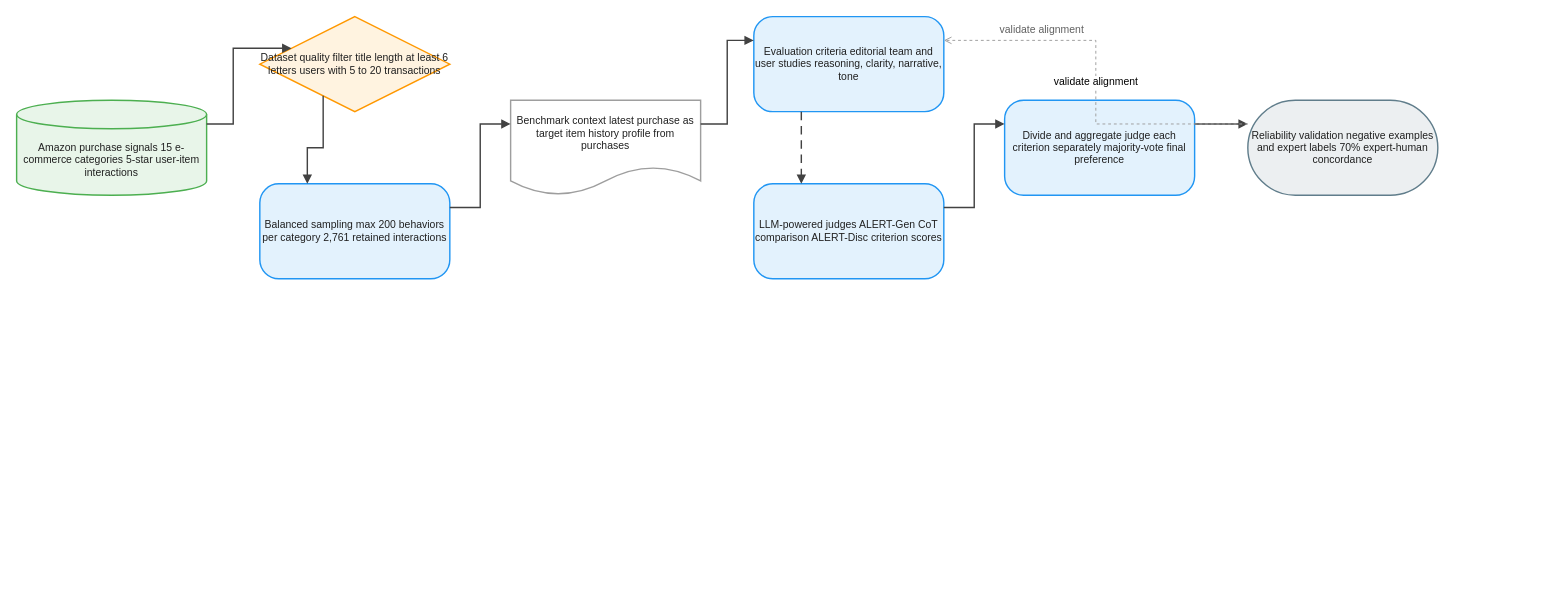
Above: client/public/drawio/ALERT/ALERT.en.drawio in joe1chief/benchmark-hub (draw.io), before the change. Source tidied: cells renumbered, new cells numbered last; positions are measured from the earlier drawing's top-left corner, leaving out a move shared by most shapes. Both pictures are drawn from the tidied source at 95%, with x=0, y=0 at pixel (16, 16).
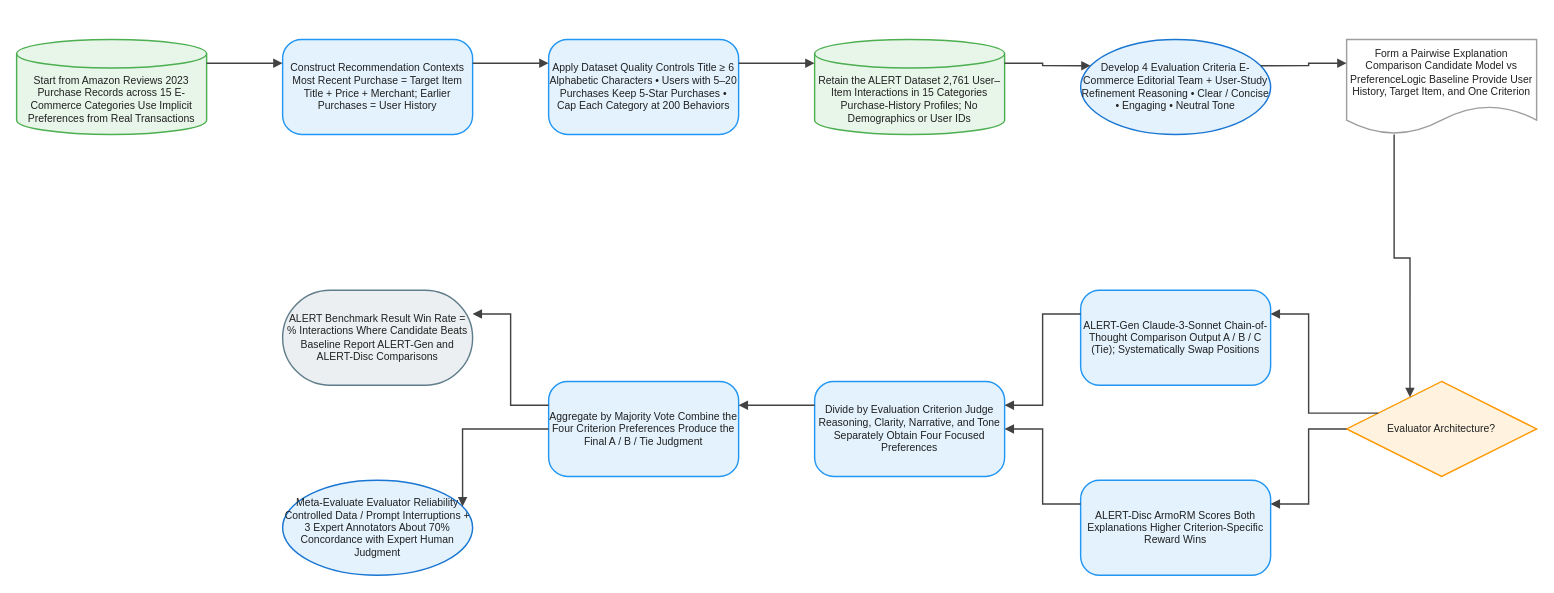
The same page after the edit.

Change to the diagram source:
```diff
@@
-    <mxCell id="2" value="Amazon purchase signals 15 e-commerce categories 5-star user-item interactions" style="shape=cylinder3;boundedLbl=1;backgroundOutline=1;size=15;html=1;whiteSpace=wrap;fillColor=#E8F5E9;strokeColor=#4CAF50;strokeWidth=1.5;fontColor=#212121;fontSize=11;fontFamily=Arial, Helvetica, sans-serif;verticalAlign=middle;align=center;" parent="1" vertex="1">
-      <mxGeometry y="88" width="200" height="100" as="geometry" />
+    <mxCell id="2" value="Start from Amazon Reviews 2023 Purchase Records across 15 E-Commerce Categories Use Implicit Preferences from Real Transactions" style="shape=cylinder3;boundedLbl=1;backgroundOutline=1;size=15;html=1;whiteSpace=wrap;fillColor=#E8F5E9;strokeColor=#4CAF50;strokeWidth=1.5;fontColor=#212121;fontSize=11;fontFamily=Arial, Helvetica, sans-serif;verticalAlign=middle;align=center;" parent="1" vertex="1">
+      <mxGeometry y="24" width="200" height="100" as="geometry" />
     </mxCell>
-    <mxCell id="3" value="Dataset quality filter title length at least 6 letters users with 5 to 20 transactions" style="rhombus;html=1;whiteSpace=wrap;fillColor=#FFF3E0;strokeColor=#FF9800;strokeWidth=1.5;fontColor=#212121;fontSize=11;fontFamily=Arial, Helvetica, sans-serif;verticalAlign=middle;align=center;" parent="1" vertex="1">
-      <mxGeometry x="256" width="200" height="100" as="geometry" />
+    <mxCell id="3" value="Construct Recommendation Contexts Most Recent Purchase = Target Item Title + Price + Merchant; Earlier Purchases = User History" style="rounded=1;arcSize=20;html=1;whiteSpace=wrap;fillColor=#E3F2FD;strokeColor=#2196F3;strokeWidth=1.5;fontColor=#212121;fontSize=11;fontFamily=Arial, Helvetica, sans-serif;verticalAlign=middle;align=center;" parent="1" vertex="1">
+      <mxGeometry x="280" y="24" width="200" height="100" as="geometry" />
     </mxCell>
-    <mxCell id="4" value="Balanced sampling max 200 behaviors per category 2,761 retained interactions" style="rounded=1;arcSize=20;html=1;whiteSpace=wrap;fillColor=#E3F2FD;strokeColor=#2196F3;strokeWidth=1.5;fontColor=#212121;fontSize=11;fontFamily=Arial, Helvetica, sans-serif;verticalAlign=middle;align=center;" parent="1" vertex="1">
-      <mxGeometry x="256" y="176" width="200" height="100" as="geometry" />
+    <mxCell id="4" value="Apply Dataset Quality Controls Title ≥ 6 Alphabetic Characters • Users with 5–20 Purchases Keep 5-Star Purchases • Cap Each Category at 200 Behaviors" style="rounded=1;arcSize=20;html=1;whiteSpace=wrap;fillColor=#E3F2FD;strokeColor=#2196F3;strokeWidth=1.5;fontColor=#212121;fontSize=11;fontFamily=Arial, Helvetica, sans-serif;verticalAlign=middle;align=center;" parent="1" vertex="1">
+      <mxGeometry x="560" y="24" width="200" height="100" as="geometry" />
     </mxCell>
-    <mxCell id="5" value="Benchmark context latest purchase as target item history profile from purchases" style="shape=document;boundedLbl=1;html=1;whiteSpace=wrap;fillColor=#FFFFFF;strokeColor=#9E9E9E;strokeWidth=1.5;fontColor=#212121;fontSize=11;fontFamily=Arial, Helvetica, sans-serif;verticalAlign=middle;align=center;" parent="1" vertex="1">
-      <mxGeometry x="520" y="88" width="200" height="100" as="geometry" />
+    <mxCell id="5" value="Retain the ALERT Dataset 2,761 User–Item Interactions in 15 Categories Purchase-History Profiles; No Demographics or User IDs" style="shape=cylinder3;boundedLbl=1;backgroundOutline=1;size=15;html=1;whiteSpace=wrap;fillColor=#E8F5E9;strokeColor=#4CAF50;strokeWidth=1.5;fontColor=#212121;fontSize=11;fontFamily=Arial, Helvetica, sans-serif;verticalAlign=middle;align=center;" parent="1" vertex="1">
+      <mxGeometry x="840" y="24" width="200" height="100" as="geometry" />
     </mxCell>
-    <mxCell id="6" value="Evaluation criteria editorial team and user studies reasoning, clarity, narrative, tone" style="rounded=1;arcSize=20;html=1;whiteSpace=wrap;fillColor=#E3F2FD;strokeColor=#2196F3;strokeWidth=1.5;fontColor=#212121;fontSize=11;fontFamily=Arial, Helvetica, sans-serif;verticalAlign=middle;align=center;" parent="1" vertex="1">
-      <mxGeometry x="776" width="200" height="100" as="geometry" />
+    <mxCell id="6" value="Develop 4 Evaluation Criteria E-Commerce Editorial Team + User-Study Refinement Reasoning • Clear / Concise • Engaging • Neutral Tone" style="ellipse;html=1;whiteSpace=wrap;fillColor=#E3F2FD;strokeColor=#1976D2;strokeWidth=1.5;fontColor=#212121;fontSize=11;fontFamily=Arial, Helvetica, sans-serif;verticalAlign=middle;align=center;" parent="1" vertex="1">
+      <mxGeometry x="1120" y="24" width="200" height="100" as="geometry" />
     </mxCell>
-    <mxCell id="7" value="LLM-powered judges ALERT-Gen CoT comparison ALERT-Disc criterion scores" style="rounded=1;arcSize=20;html=1;whiteSpace=wrap;fillColor=#E3F2FD;strokeColor=#2196F3;strokeWidth=1.5;fontColor=#212121;fontSize=11;fontFamily=Arial, Helvetica, sans-serif;verticalAlign=middle;align=center;" parent="1" vertex="1">
-      <mxGeometry x="776" y="176" width="200" height="100" as="geometry" />
+    <mxCell id="7" value="Form a Pairwise Explanation Comparison Candidate Model vs PreferenceLogic Baseline Provide User History, Target Item, and One Criterion" style="shape=document;boundedLbl=1;html=1;whiteSpace=wrap;fillColor=#FFFFFF;strokeColor=#9E9E9E;strokeWidth=1.5;fontColor=#212121;fontSize=11;fontFamily=Arial, Helvetica, sans-serif;verticalAlign=middle;align=center;" parent="1" vertex="1">
+      <mxGeometry x="1400" y="24" width="200" height="100" as="geometry" />
     </mxCell>
-    <mxCell id="8" value="Divide and aggregate judge each criterion separately majority-vote final preference" style="rounded=1;arcSize=20;html=1;whiteSpace=wrap;fillColor=#E3F2FD;strokeColor=#2196F3;strokeWidth=1.5;fontColor=#212121;fontSize=11;fontFamily=Arial, Helvetica, sans-serif;verticalAlign=middle;align=center;" parent="1" vertex="1">
-      <mxGeometry x="1040" y="88" width="200" height="100" as="geometry" />
+    <mxCell id="8" value="Evaluator Architecture?" style="rhombus;html=1;whiteSpace=wrap;fillColor=#FFF3E0;strokeColor=#FF9800;strokeWidth=1.5;fontColor=#212121;fontSize=11;fontFamily=Arial, Helvetica, sans-serif;verticalAlign=middle;align=center;" parent="1" vertex="1">
+      <mxGeometry x="1400" y="384" width="200" height="100" as="geometry" />
     </mxCell>
-    <mxCell id="9" value="Reliability validation negative examples and expert labels 70% expert-human concordance" style="rounded=1;arcSize=50;html=1;whiteSpace=wrap;fillColor=#ECEFF1;strokeColor=#607D8B;strokeWidth=1.5;fontColor=#212121;fontSize=11;fontFamily=Arial, Helvetica, sans-serif;verticalAlign=middle;align=center;" parent="1" vertex="1">
-      <mxGeometry x="1296" y="88" width="200" height="100" as="geometry" />
+    <mxCell id="9" value="ALERT-Gen Claude-3-Sonnet Chain-of-Thought Comparison Output A / B / C (Tie); Systematically Swap Positions" style="rounded=1;arcSize=20;html=1;whiteSpace=wrap;fillColor=#E3F2FD;strokeColor=#2196F3;strokeWidth=1.5;fontColor=#212121;fontSize=11;fontFamily=Arial, Helvetica, sans-serif;verticalAlign=middle;align=center;" parent="1" vertex="1">
+      <mxGeometry x="1120" y="288" width="200" height="100" as="geometry" />
     </mxCell>
-    <mxCell id="10" style="edgeStyle=orthogonalEdgeStyle;rounded=0;jettySize=auto;html=1;strokeColor=#424242;strokeWidth=1.5;endArrow=block;endFill=1;exitX=1;exitY=0.25;exitDx=0;exitDy=0;entryX=0;entryY=0.25;entryDx=0;entryDy=0;jumpStyle=arc;jumpSize=8;" parent="1" edge="1" source="2" target="3">
-      <mxGeometry relative="1" as="geometry" />
+    <mxCell id="10" value="ALERT-Disc ArmoRM Scores Both Explanations Higher Criterion-Specific Reward Wins" style="rounded=1;arcSize=20;html=1;whiteSpace=wrap;fillColor=#E3F2FD;strokeColor=#2196F3;strokeWidth=1.5;fontColor=#212121;fontSize=11;fontFamily=Arial, Helvetica, sans-serif;verticalAlign=middle;align=center;" parent="1" vertex="1">
+      <mxGeometry x="1120" y="488" width="200" height="100" as="geometry" />
     </mxCell>
-    <mxCell id="11" style="edgeStyle=orthogonalEdgeStyle;rounded=0;jettySize=auto;html=1;strokeColor=#424242;strokeWidth=1.5;endArrow=block;endFill=1;exitX=0.25;exitY=1;exitDx=0;exitDy=0;entryX=0.25;entryY=0;entryDx=0;entryDy=0;jumpStyle=arc;jumpSize=8;" parent="1" edge="1" source="3" target="4">
-      <mxGeometry relative="1" as="geometry" />
+    <mxCell id="11" value="Divide by Evaluation Criterion Judge Reasoning, Clarity, Narrative, and Tone Separately Obtain Four Focused Preferences" style="rounded=1;arcSize=20;html=1;whiteSpace=wrap;fillColor=#E3F2FD;strokeColor=#2196F3;strokeWidth=1.5;fontColor=#212121;fontSize=11;fontFamily=Arial, Helvetica, sans-serif;verticalAlign=middle;align=center;" parent="1" vertex="1">
+      <mxGeometry x="840" y="384" width="200" height="100" as="geometry" />
     </mxCell>
-    <mxCell id="12" style="edgeStyle=orthogonalEdgeStyle;rounded=0;jettySize=auto;html=1;strokeColor=#424242;strokeWidth=1.5;endArrow=block;endFill=1;exitX=1;exitY=0.25;exitDx=0;exitDy=0;entryX=0;entryY=0.25;entryDx=0;entryDy=0;jumpStyle=arc;jumpSize=8;" parent="1" edge="1" source="4" target="5">
-      <mxGeometry relative="1" as="geometry" />
+    <mxCell id="12" value="Aggregate by Majority Vote Combine the Four Criterion Preferences Produce the Final A / B / Tie Judgment" style="rounded=1;arcSize=20;html=1;whiteSpace=wrap;fillColor=#E3F2FD;strokeColor=#2196F3;strokeWidth=1.5;fontColor=#212121;fontSize=11;fontFamily=Arial, Helvetica, sans-serif;verticalAlign=middle;align=center;" parent="1" vertex="1">
+      <mxGeometry x="560" y="384" width="200" height="100" as="geometry" />
     </mxCell>
-    <mxCell id="13" style="edgeStyle=orthogonalEdgeStyle;rounded=0;jettySize=auto;html=1;strokeColor=#424242;strokeWidth=1.5;endArrow=block;endFill=1;exitX=1;exitY=0.25;exitDx=0;exitDy=0;entryX=0;entryY=0.25;entryDx=0;entryDy=0;jumpStyle=arc;jumpSize=8;" parent="1" edge="1" source="5" target="6">
-      <mxGeometry relative="1" as="geometry" />
+    <mxCell id="13" value="ALERT Benchmark Result Win Rate = % Interactions Where Candidate Beats Baseline Report ALERT-Gen and ALERT-Disc Comparisons" style="rounded=1;arcSize=50;html=1;whiteSpace=wrap;fillColor=#ECEFF1;strokeColor=#607D8B;strokeWidth=1.5;fontColor=#212121;fontSize=11;fontFamily=Arial, Helvetica, sans-serif;verticalAlign=middle;align=center;" parent="1" vertex="1">
+      <mxGeometry x="280" y="288" width="200" height="100" as="geometry" />
     </mxCell>
-    <mxCell id="14" style="edgeStyle=orthogonalEdgeStyle;rounded=0;jettySize=auto;html=1;strokeColor=#424242;strokeWidth=1.5;endArrow=block;endFill=1;exitX=0.25;exitY=1;exitDx=0;exitDy=0;entryX=0.25;entryY=0;entryDx=0;entryDy=0;dashed=1;dashPattern=6 4;jumpStyle=arc;jumpSize=8;" parent="1" edge="1" source="6" target="7">
-      <mxGeometry relative="1" as="geometry" />
+    <mxCell id="14" value="Meta-Evaluate Evaluator Reliability Controlled Data / Prompt Interruptions + 3 Expert Annotators About 70% Concordance with Expert Human Judgment" style="ellipse;html=1;whiteSpace=wrap;fillColor=#E3F2FD;strokeColor=#1976D2;strokeWidth=1.5;fontColor=#212121;fontSize=11;fontFamily=Arial, Helvetica, sans-serif;verticalAlign=middle;align=center;" parent="1" vertex="1">
+      <mxGeometry x="280" y="488" width="200" height="100" as="geometry" />
     </mxCell>
-    <mxCell id="15" style="edgeStyle=orthogonalEdgeStyle;rounded=0;jettySize=auto;html=1;strokeColor=#424242;strokeWidth=1.5;endArrow=block;endFill=1;exitX=1;exitY=0.25;exitDx=0;exitDy=0;entryX=0;entryY=0.25;entryDx=0;entryDy=0;jumpStyle=arc;jumpSize=8;" parent="1" edge="1" source="7" target="8">
+    <mxCell id="15" style="edgeStyle=orthogonalEdgeStyle;rounded=0;jettySize=auto;html=1;strokeColor=#424242;strokeWidth=1.5;endArrow=block;endFill=1;exitX=1;exitY=0.25;exitDx=0;exitDy=0;entryX=0;entryY=0.25;entryDx=0;entryDy=0;jumpStyle=arc;jumpSize=8;" parent="1" edge="1" source="2" target="3">
       <mxGeometry relative="1" as="geometry" />
     </mxCell>
-    <mxCell id="16" style="edgeStyle=orthogonalEdgeStyle;rounded=0;jettySize=auto;html=1;strokeColor=#424242;strokeWidth=1.5;endArrow=block;endFill=1;exitX=1;exitY=0.25;exitDx=0;exitDy=0;entryX=0;entryY=0.25;entryDx=0;entryDy=0;jumpStyle=arc;jumpSize=8;" parent="1" edge="1" source="8" target="9">
+    <mxCell id="16" style="edgeStyle=orthogonalEdgeStyle;rounded=0;jettySize=auto;html=1;strokeColor=#424242;strokeWidth=1.5;endArrow=block;endFill=1;exitX=1;exitY=0.25;exitDx=0;exitDy=0;entryX=0;entryY=0.25;entryDx=0;entryDy=0;jumpStyle=arc;jumpSize=8;" parent="1" edge="1" source="3" target="4">
       <mxGeometry relative="1" as="geometry" />
     </mxCell>
-    <mxCell id="17" value="validate alignment" style="edgeStyle=orthogonalEdgeStyle;rounded=0;jettySize=auto;html=1;strokeColor=#9E9E9E;strokeWidth=1;endArrow=open;endFill=0;exitX=0;exitY=0.25;exitDx=0;exitDy=0;entryX=1;entryY=0.25;entryDx=0;entryDy=0;dashed=1;dashPattern=3 3;jumpStyle=arc;jumpSize=8;" parent="1" edge="1" source="9" target="6">
+    <mxCell id="17" style="edgeStyle=orthogonalEdgeStyle;rounded=0;jettySize=auto;html=1;strokeColor=#424242;strokeWidth=1.5;endArrow=block;endFill=1;exitX=1;exitY=0.25;exitDx=0;exitDy=0;entryX=0;entryY=0.25;entryDx=0;entryDy=0;jumpStyle=arc;jumpSize=8;" parent="1" edge="1" source="4" target="5">
       <mxGeometry relative="1" as="geometry" />
     </mxCell>
-    <mxCell id="18" value="validate alignment" style="edgeLabel;html=1;align=center;verticalAlign=middle;fontSize=11;fontColor=#616161;" parent="17" vertex="1">
-      <mxGeometry x="0.5" relative="1" as="geometry">
-        <mxPoint y="-12" as="offset" />
-      </mxGeometry>
+    <mxCell id="18" style="edgeStyle=orthogonalEdgeStyle;rounded=0;jettySize=auto;html=1;strokeColor=#424242;strokeWidth=1.5;endArrow=block;endFill=1;exitX=1;exitY=0.25;exitDx=0;exitDy=0;entryX=0;entryY=0.25;entryDx=0;entryDy=0;jumpStyle=arc;jumpSize=8;" parent="1" edge="1" source="5" target="6">
+      <mxGeometry relative="1" as="geometry" />
     </mxCell>
+    <mxCell id="19" style="edgeStyle=orthogonalEdgeStyle;rounded=0;jettySize=auto;html=1;strokeColor=#424242;strokeWidth=1.5;endArrow=block;endFill=1;exitX=1;exitY=0.25;exitDx=0;exitDy=0;entryX=0;entryY=0.25;entryDx=0;entryDy=0;jumpStyle=arc;jumpSize=8;" parent="1" edge="1" source="6" target="7">
+      <mxGeometry relative="1" as="geometry" />
+    </mxCell>
+    <mxCell id="20" style="edgeStyle=orthogonalEdgeStyle;rounded=0;jettySize=auto;html=1;strokeColor=#424242;strokeWidth=1.5;endArrow=block;endFill=1;exitX=0.25;exitY=1;exitDx=0;exitDy=0;entryX=0.25;entryY=0;entryDx=0;entryDy=0;jumpStyle=arc;jumpSize=8;" parent="1" edge="1" source="7" target="8">
+      <mxGeometry relative="1" as="geometry" />
+    </mxCell>
+    <mxCell id="21" style="edgeStyle=orthogonalEdgeStyle;rounded=0;jettySize=auto;html=1;strokeColor=#424242;strokeWidth=1.5;endArrow=block;endFill=1;exitX=0;exitY=0.25;exitDx=0;exitDy=0;entryX=1;entryY=0.25;entryDx=0;entryDy=0;jumpStyle=arc;jumpSize=8;" parent="1" edge="1" source="8" target="9">
+      <mxGeometry relative="1" as="geometry" />
+    </mxCell>
+    <mxCell id="22" style="edgeStyle=orthogonalEdgeStyle;rounded=0;jettySize=auto;html=1;strokeColor=#424242;strokeWidth=1.5;endArrow=block;endFill=1;exitX=0;exitY=0.5;exitDx=0;exitDy=0;entryX=1;entryY=0.25;entryDx=0;entryDy=0;jumpStyle=arc;jumpSize=8;" parent="1" edge="1" source="8" target="10">
+      <mxGeometry relative="1" as="geometry" />
+    </mxCell>
+    <mxCell id="23" style="edgeStyle=orthogonalEdgeStyle;rounded=0;jettySize=auto;html=1;strokeColor=#424242;strokeWidth=1.5;endArrow=block;endFill=1;exitX=0;exitY=0.25;exitDx=0;exitDy=0;entryX=1;entryY=0.25;entryDx=0;entryDy=0;jumpStyle=arc;jumpSize=8;" parent="1" edge="1" source="9" target="11">
+      <mxGeometry relative="1" as="geometry" />
+    </mxCell>
+    <mxCell id="24" style="edgeStyle=orthogonalEdgeStyle;rounded=0;jettySize=auto;html=1;strokeColor=#424242;strokeWidth=1.5;endArrow=block;endFill=1;exitX=0;exitY=0.25;exitDx=0;exitDy=0;entryX=1;entryY=0.5;entryDx=0;entryDy=0;jumpStyle=arc;jumpSize=8;" parent="1" edge="1" source="10" target="11">
+      <mxGeometry relative="1" as="geometry" />
+    </mxCell>
+    <mxCell id="25" style="edgeStyle=orthogonalEdgeStyle;rounded=0;jettySize=auto;html=1;strokeColor=#424242;strokeWidth=1.5;endArrow=block;endFill=1;exitX=0;exitY=0.25;exitDx=0;exitDy=0;entryX=1;entryY=0.25;entryDx=0;entryDy=0;jumpStyle=arc;jumpSize=8;" parent="1" edge="1" source="11" target="12">
+      <mxGeometry relative="1" as="geometry" />
+    </mxCell>
+    <mxCell id="26" style="edgeStyle=orthogonalEdgeStyle;rounded=0;jettySize=auto;html=1;strokeColor=#424242;strokeWidth=1.5;endArrow=block;endFill=1;exitX=0;exitY=0.25;exitDx=0;exitDy=0;entryX=1;entryY=0.25;entryDx=0;entryDy=0;jumpStyle=arc;jumpSize=8;" parent="1" edge="1" source="12" target="13">
+      <mxGeometry relative="1" as="geometry" />
+    </mxCell>
+    <mxCell id="27" style="edgeStyle=orthogonalEdgeStyle;rounded=0;jettySize=auto;html=1;strokeColor=#424242;strokeWidth=1.5;endArrow=block;endFill=1;exitX=0;exitY=0.5;exitDx=0;exitDy=0;entryX=1;entryY=0.25;entryDx=0;entryDy=0;jumpStyle=arc;jumpSize=8;" parent="1" edge="1" source="12" target="14">
+      <mxGeometry relative="1" as="geometry" />
+    </mxCell>
```
